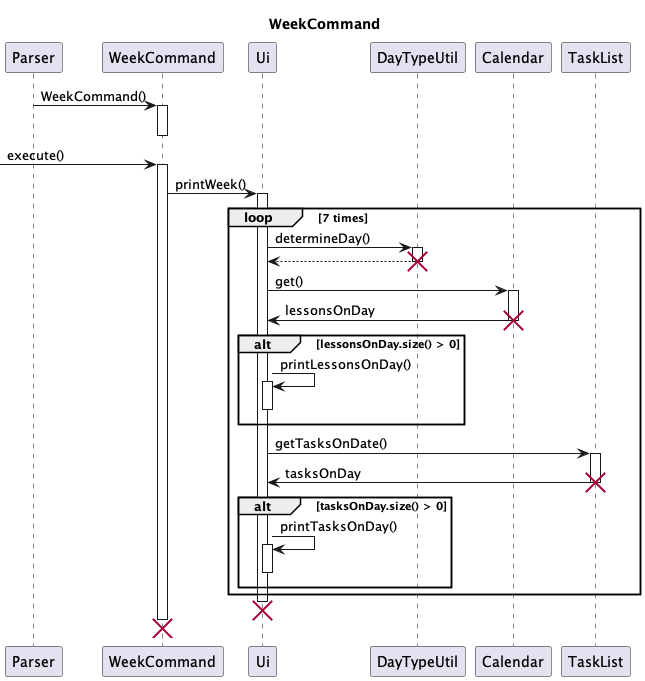
Before: docs/uml-diagrams/Week-WeekCommand.png, a diagram exported from PlantUML (nus-cs2113-AY2223S2/tp).
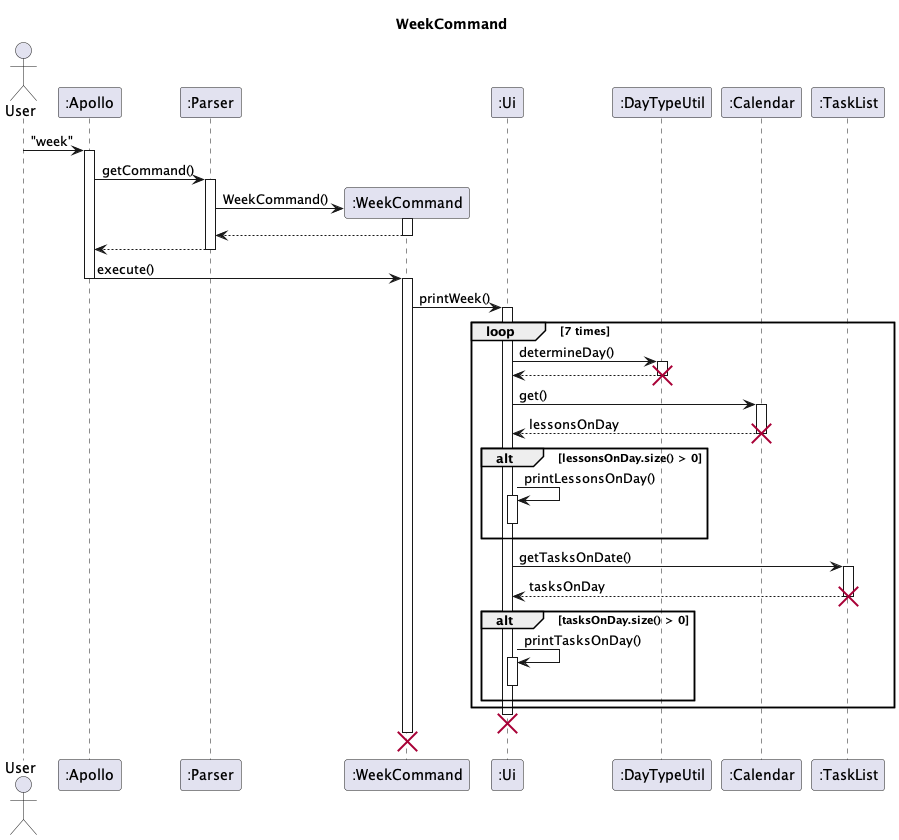
After the change.

Commit message:
Fix bugs in Sequence Diagram

Change to the diagram source:
```diff
@@ -2,16 +2,28 @@
 
 title WeekCommand
 
-participant Parser as Parser
+actor User
+participant ":Apollo" as Apollo
+participant ":Parser" as Parser
+participant ":WeekCommand" as week
+participant ":Ui" as Ui
+participant ":DayTypeUtil" as DayTypeUtil
+participant ":Calendar" as Calendar
+participant ":TaskList" as TaskList
 
-participant WeekCommand as week
+User -> Apollo : "week"
+activate Apollo
+Apollo -> Parser : getCommand()
+activate Parser
+Parser -> week** : WeekCommand()
+week++
+return
+return
 
-Parser -> week : WeekCommand()
+Apollo -> week : execute()
+Apollo --
 activate week
-deactivate week
 
- -> week : execute()
-activate week
 
 week -> Ui : printWeek()
 activate Ui
@@ -24,7 +36,7 @@
 
     Ui -> Calendar : get()
     activate Calendar
-    Calendar -> Ui : lessonsOnDay
+    Calendar --> Ui : lessonsOnDay
     destroy Calendar
     alt lessonsOnDay.size() > 0
     Ui -> Ui : printLessonsOnDay()
@@ -34,7 +46,7 @@
 
     Ui -> TaskList : getTasksOnDate()
     activate TaskList
-    TaskList -> Ui : tasksOnDay
+    TaskList --> Ui : tasksOnDay
     destroy TaskList
     alt tasksOnDay.size() > 0
     Ui -> Ui : printTasksOnDay()
```
